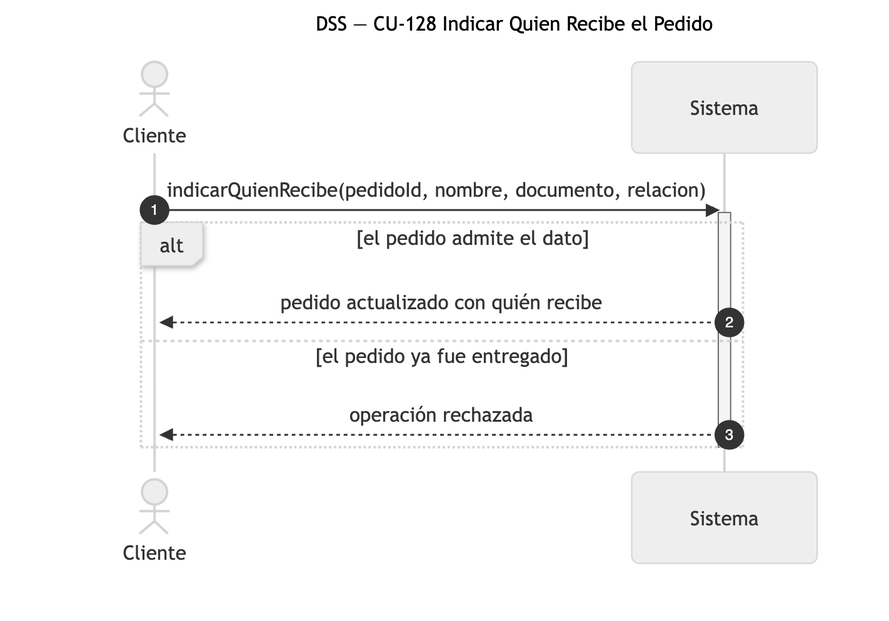
Earlier version of the Mermaid export diagramas/png/DSS_CU-128_Indicar-Quien-Recibe-el-Pedido.png (Nahuelito-Dev/splg-docs). Its source is kept beside it as diagramas/DSS_CU-128_Indicar-Quien-Recibe-el-Pedido.mmd.
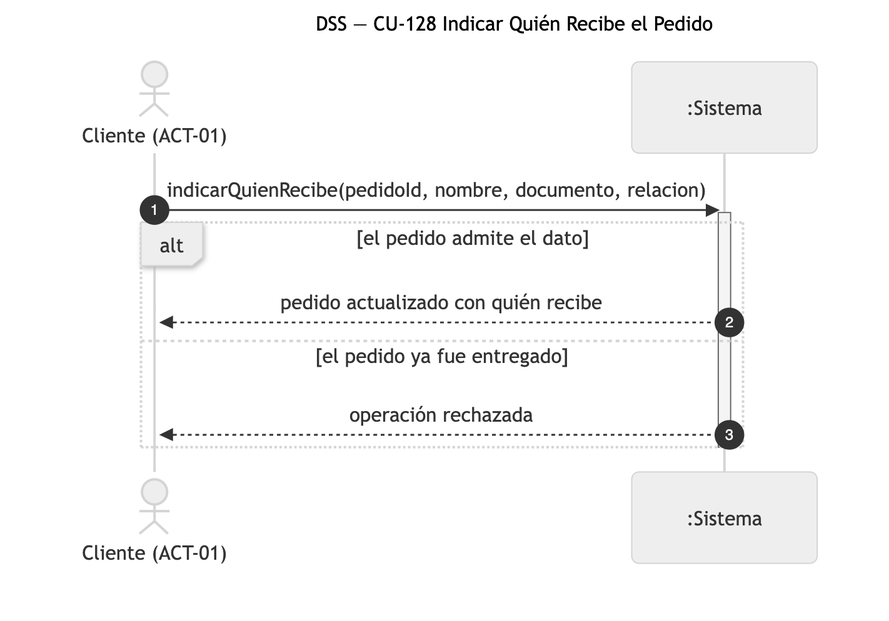
Above is the later version.

The edit, as a diff of the source:
```diff
@@ -1,8 +1,8 @@
 sequenceDiagram
-    title DSS — CU-128 Indicar Quien Recibe el Pedido
+    title DSS — CU-128 Indicar Quién Recibe el Pedido
     autonumber
-    actor CLI as Cliente
-    participant SIS as Sistema
+    actor CLI as Cliente (ACT-01)
+    participant SIS as :Sistema
 
     CLI->>SIS: indicarQuienRecibe(pedidoId, nombre, documento, relacion)
     activate SIS
```
